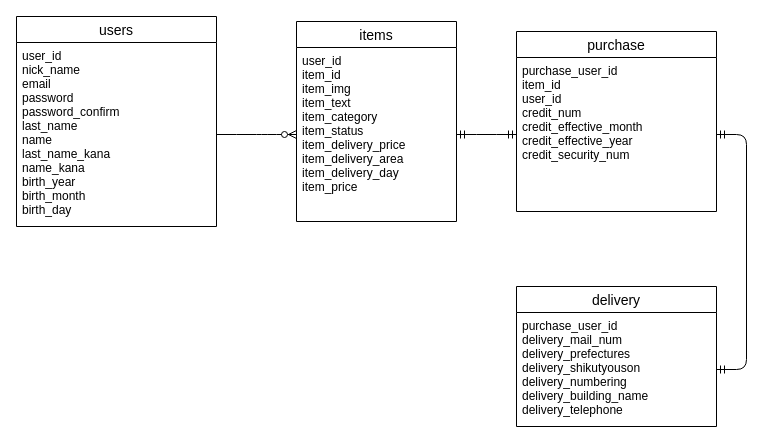
Earlier version of the draw.io diagram DB.dio (yo108039/furima-32329). Source tidied: cells renumbered, new cells numbered last; positions are measured from the earlier drawing's top-left corner, leaving out a move shared by most shapes. Both pictures are drawn from the tidied source at 100%, with x=0, y=0 at pixel (16, 16).
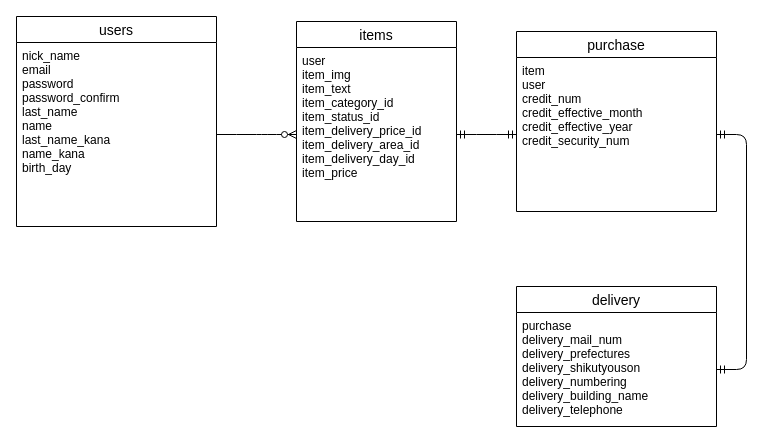
After the change.

Commit message (it also covers changes not shown here):
データベース設計(レビュー後修正 - 1回目)

Diff of the diagram source:
```diff
@@
 <mxGraphModel>
   <root>
     <mxCell id="0" />
     <mxCell id="1" parent="0" />
     <mxCell id="2" value="users" style="swimlane;fontStyle=0;horizontal=1;startSize=26;align=center;fontSize=14;" parent="1" vertex="1">
       <mxGeometry width="200" height="210" as="geometry" />
     </mxCell>
-    <mxCell id="3" value="user_id&#10;nick_name&#10;email&#10;password&#10;password_confirm&#10;last_name&#10;name&#10;last_name_kana&#10;name_kana&#10;birth_year&#10;birth_month&#10;birth_day&#10;" style="text;strokeColor=none;fillColor=none;spacingLeft=4;spacingRight=4;overflow=hidden;points=[[0,0.5],[1,0.5]];portConstraint=eastwest;fontSize=12;" parent="2" vertex="1">
+    <mxCell id="3" value="nick_name&#10;email&#10;password&#10;password_confirm&#10;last_name&#10;name&#10;last_name_kana&#10;name_kana&#10;birth_day&#10;" style="text;strokeColor=none;fillColor=none;spacingLeft=4;spacingRight=4;overflow=hidden;points=[[0,0.5],[1,0.5]];portConstraint=eastwest;fontSize=12;" parent="2" vertex="1">
       <mxGeometry y="26" width="200" height="184" as="geometry" />
     </mxCell>
     <mxCell id="4" value="items" style="swimlane;fontStyle=0;horizontal=1;startSize=26;align=center;fontSize=14;" parent="1" vertex="1">
       <mxGeometry x="280" y="5" width="160" height="200" as="geometry" />
     </mxCell>
-    <mxCell id="5" value="user_id&#10;item_id&#10;item_img&#10;item_text&#10;item_category&#10;item_status&#10;item_delivery_price&#10;item_delivery_area&#10;item_delivery_day&#10;item_price" style="text;strokeColor=none;fillColor=none;spacingLeft=4;spacingRight=4;overflow=hidden;points=[[0,0.5],[1,0.5]];portConstraint=eastwest;fontSize=12;" parent="4" vertex="1">
+    <mxCell id="5" value="user&#10;item_img&#10;item_text&#10;item_category_id&#10;item_status_id&#10;item_delivery_price_id&#10;item_delivery_area_id&#10;item_delivery_day_id&#10;item_price" style="text;strokeColor=none;fillColor=none;spacingLeft=4;spacingRight=4;overflow=hidden;points=[[0,0.5],[1,0.5]];portConstraint=eastwest;fontSize=12;" parent="4" vertex="1">
       <mxGeometry y="26" width="160" height="174" as="geometry" />
     </mxCell>
     <mxCell id="6" value="purchase" style="swimlane;fontStyle=0;horizontal=1;startSize=26;align=center;fontSize=14;" parent="1" vertex="1">
       <mxGeometry x="500" y="15" width="200" height="180" as="geometry" />
     </mxCell>
-    <mxCell id="7" value="purchase_user_id&#10;item_id&#10;user_id&#10;credit_num&#10;credit_effective_month&#10;credit_effective_year&#10;credit_security_num" style="text;strokeColor=none;fillColor=none;spacingLeft=4;spacingRight=4;overflow=hidden;points=[[0,0.5],[1,0.5]];portConstraint=eastwest;fontSize=12;" parent="6" vertex="1">
+    <mxCell id="7" value="item&#10;user&#10;credit_num&#10;credit_effective_month&#10;credit_effective_year&#10;credit_security_num" style="text;strokeColor=none;fillColor=none;spacingLeft=4;spacingRight=4;overflow=hidden;points=[[0,0.5],[1,0.5]];portConstraint=eastwest;fontSize=12;" parent="6" vertex="1">
       <mxGeometry y="26" width="200" height="154" as="geometry" />
     </mxCell>
     <mxCell id="8" value="delivery" style="swimlane;fontStyle=0;horizontal=1;startSize=26;align=center;fontSize=14;" parent="1" vertex="1">
       <mxGeometry x="500" y="270" width="200" height="140" as="geometry" />
     </mxCell>
-    <mxCell id="9" value="purchase_user_id&#10;delivery_mail_num&#10;delivery_prefectures&#10;delivery_shikutyouson&#10;delivery_numbering&#10;delivery_building_name&#10;delivery_telephone&#10;" style="text;strokeColor=none;fillColor=none;spacingLeft=4;spacingRight=4;overflow=hidden;points=[[0,0.5],[1,0.5]];portConstraint=eastwest;fontSize=12;" parent="8" vertex="1">
+    <mxCell id="9" value="purchase&#10;delivery_mail_num&#10;delivery_prefectures&#10;delivery_shikutyouson&#10;delivery_numbering&#10;delivery_building_name&#10;delivery_telephone&#10;" style="text;strokeColor=none;fillColor=none;spacingLeft=4;spacingRight=4;overflow=hidden;points=[[0,0.5],[1,0.5]];portConstraint=eastwest;fontSize=12;" parent="8" vertex="1">
       <mxGeometry y="26" width="200" height="114" as="geometry" />
     </mxCell>
     <mxCell id="10" style="edgeStyle=entityRelationEdgeStyle;fontSize=12;html=1;endArrow=ERzeroToMany;endFill=1;entryX=0;entryY=0.5;entryDx=0;entryDy=0;" parent="1" edge="1" source="3" target="5">
       <mxGeometry relative="1" as="geometry" />
     </mxCell>
     <mxCell id="11" style="edgeStyle=entityRelationEdgeStyle;fontSize=12;html=1;endArrow=ERmandOne;startArrow=ERmandOne;shadow=0;exitX=1;exitY=0.5;exitDx=0;exitDy=0;entryX=0;entryY=0.5;entryDx=0;entryDy=0;" parent="1" edge="1" source="5" target="7">
       <mxGeometry relative="1" as="geometry" />
     </mxCell>
     <mxCell id="12" style="edgeStyle=entityRelationEdgeStyle;fontSize=12;html=1;endArrow=ERmandOne;startArrow=ERmandOne;shadow=0;entryX=1;entryY=0.5;entryDx=0;entryDy=0;" parent="1" edge="1" source="7" target="9">
       <mxGeometry relative="1" as="geometry" />
     </mxCell>
   </root>
 </mxGraphModel>
```
